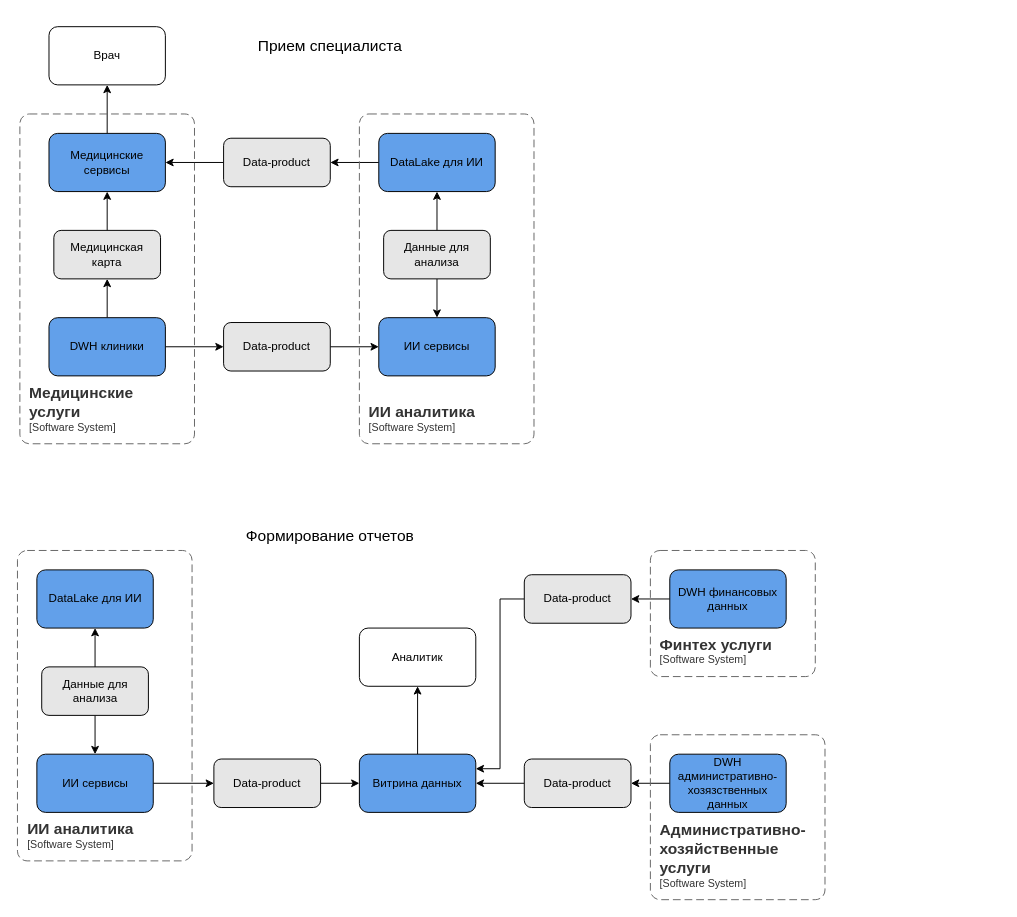
Earlier version of the draw.io diagram Task2/df-future.drawio (mikhel1984/architecture-future_2_0). Source tidied: cells renumbered, new cells numbered last; positions are measured from the earlier drawing's top-left corner, leaving out a move shared by most shapes. Both pictures are drawn from the tidied source at 97%, with x=0, y=0 at pixel (17, 16).
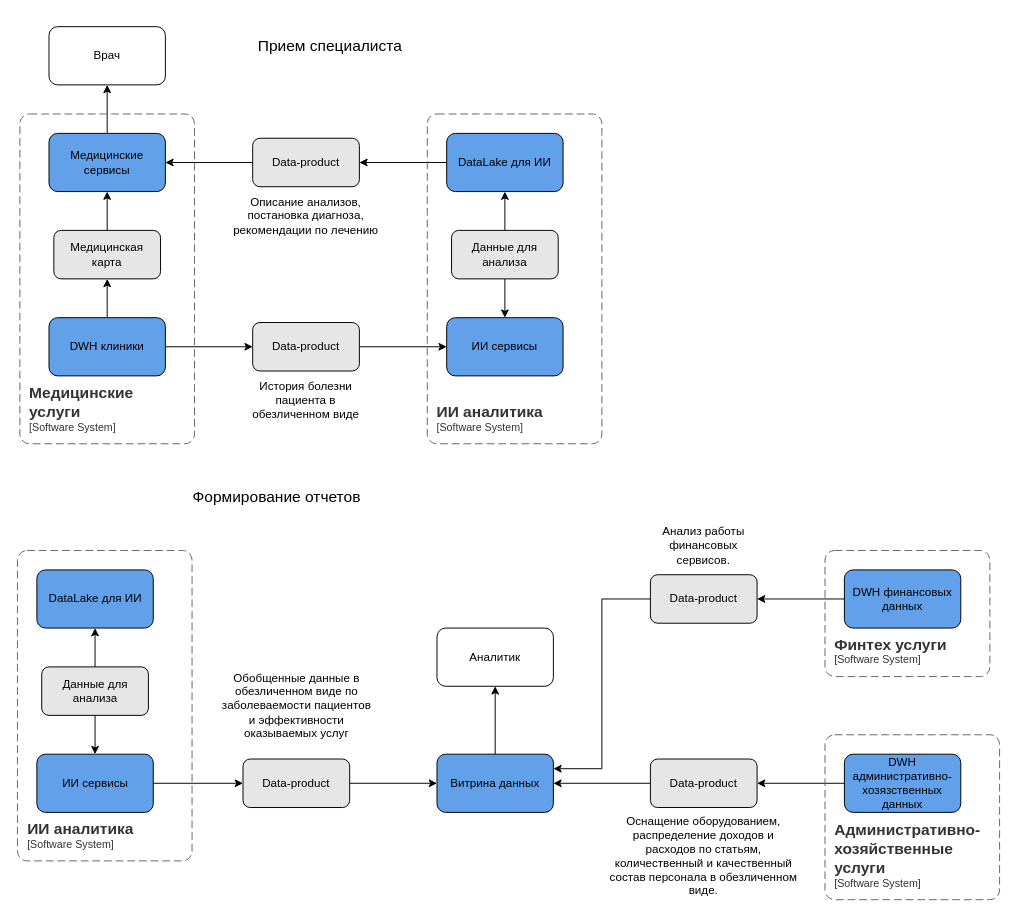
The same page after the edit.

Commit message:
Add data flow content

Diff of the diagram source:
```diff
@@
     <mxCell id="9" value="ИИ сервисы" style="rounded=1;whiteSpace=wrap;html=1;fillColor=light-dark(#62a0ea, #ededed);" parent="1" vertex="1">
-      <mxGeometry x="372" y="310" width="120" height="60" as="geometry" />
+      <mxGeometry x="442" y="310" width="120" height="60" as="geometry" />
     </mxCell>
@@
     <mxCell id="11" value="Data-product" style="rounded=1;whiteSpace=wrap;html=1;fillColor=#E6E6E6;" parent="1" vertex="1">
-      <mxGeometry x="212" y="315" width="110" height="50" as="geometry" />
+      <mxGeometry x="242" y="315" width="110" height="50" as="geometry" />
     </mxCell>
@@
     <mxCell id="13" value="DataLake для ИИ" style="rounded=1;whiteSpace=wrap;html=1;fillColor=light-dark(#62a0ea, #ededed);" parent="1" vertex="1">
-      <mxGeometry x="372" y="120" width="120" height="60" as="geometry" />
+      <mxGeometry x="442" y="120" width="120" height="60" as="geometry" />
     </mxCell>
@@
     <mxCell id="16" value="Данные для анализа" style="rounded=1;whiteSpace=wrap;html=1;fillColor=#E6E6E6;" parent="1" vertex="1">
-      <mxGeometry x="377" y="220" width="110" height="50" as="geometry" />
+      <mxGeometry x="447" y="220" width="110" height="50" as="geometry" />
     </mxCell>
@@
     <mxCell id="18" value="Data-product" style="rounded=1;whiteSpace=wrap;html=1;fillColor=#E6E6E6;" parent="1" vertex="1">
-      <mxGeometry x="212" y="125" width="110" height="50" as="geometry" />
+      <mxGeometry x="242" y="125" width="110" height="50" as="geometry" />
     </mxCell>
@@
     <object id="21" label="&lt;font style=&quot;font-size: 16px&quot;&gt;&lt;b&gt;&lt;div style=&quot;text-align: left&quot;&gt;%c4Name%&lt;/div&gt;&lt;/b&gt;&lt;/font&gt;&lt;div style=&quot;text-align: left&quot;&gt;[%c4Application%]&lt;/div&gt;" c4Application="Software System" c4Name="ИИ аналитика" placeholders="1">
       <mxCell style="rounded=1;fontSize=11;whiteSpace=wrap;html=1;dashed=1;arcSize=20;fillColor=none;strokeColor=#666666;fontColor=#333333;labelBackgroundColor=none;align=left;verticalAlign=bottom;labelBorderColor=none;spacingTop=0;spacing=10;dashPattern=8 4;perimeter=rectanglePerimeter;noLabel=0;labelPadding=0;absoluteArcSize=1;" parent="1" vertex="1">
-        <mxGeometry x="352" y="100" width="180" height="340" as="geometry" />
+        <mxGeometry x="422" y="100" width="180" height="340" as="geometry" />
       </mxCell>
     </object>
@@
     <mxCell id="24" value="DWH административно-хозязственных данных" style="rounded=1;whiteSpace=wrap;html=1;fillColor=light-dark(#62a0ea, #ededed);" parent="1" vertex="1">
-      <mxGeometry x="672" y="760" width="120" height="60" as="geometry" />
+      <mxGeometry x="852" y="760" width="120" height="60" as="geometry" />
     </mxCell>
@@
     <mxCell id="26" value="DWH финансовых данных" style="rounded=1;whiteSpace=wrap;html=1;fillColor=light-dark(#62a0ea, #ededed);" parent="1" vertex="1">
-      <mxGeometry x="672" y="570" width="120" height="60" as="geometry" />
+      <mxGeometry x="852" y="570" width="120" height="60" as="geometry" />
     </mxCell>
@@
     <object id="34" label="&lt;font style=&quot;font-size: 16px&quot;&gt;&lt;b&gt;&lt;div style=&quot;text-align: left&quot;&gt;%c4Name%&lt;/div&gt;&lt;/b&gt;&lt;/font&gt;&lt;div style=&quot;text-align: left&quot;&gt;[%c4Application%]&lt;/div&gt;" c4Application="Software System" c4Name="Финтех услуги" placeholders="1">
       <mxCell style="rounded=1;fontSize=11;whiteSpace=wrap;html=1;dashed=1;arcSize=20;fillColor=none;strokeColor=#666666;fontColor=#333333;labelBackgroundColor=none;align=left;verticalAlign=bottom;labelBorderColor=none;spacingTop=0;spacing=10;dashPattern=8 4;perimeter=rectanglePerimeter;noLabel=0;labelPadding=0;absoluteArcSize=1;" parent="1" vertex="1">
-        <mxGeometry x="652" y="550" width="170" height="130" as="geometry" />
+        <mxGeometry x="832" y="550" width="170" height="130" as="geometry" />
       </mxCell>
     </object>
     <object id="35" label="&lt;font style=&quot;font-size: 16px&quot;&gt;&lt;b&gt;&lt;div style=&quot;text-align: left&quot;&gt;%c4Name%&lt;/div&gt;&lt;/b&gt;&lt;/font&gt;&lt;div style=&quot;text-align: left&quot;&gt;[%c4Application%]&lt;/div&gt;" c4Application="Software System" c4Name="Административно-хозяйственные услуги" placeholders="1">
       <mxCell style="rounded=1;fontSize=11;whiteSpace=wrap;html=1;dashed=1;arcSize=20;fillColor=none;strokeColor=#666666;fontColor=#333333;labelBackgroundColor=none;align=left;verticalAlign=bottom;labelBorderColor=none;spacingTop=0;spacing=10;dashPattern=8 4;perimeter=rectanglePerimeter;noLabel=0;labelPadding=0;absoluteArcSize=1;" parent="1" vertex="1">
-        <mxGeometry x="652" y="740" width="180" height="170" as="geometry" />
+        <mxGeometry x="832" y="740" width="180" height="170" as="geometry" />
       </mxCell>
     </object>
@@
     <mxCell id="37" value="Витрина данных" style="rounded=1;whiteSpace=wrap;html=1;fillColor=light-dark(#62a0ea, #ededed);" parent="1" vertex="1">
-      <mxGeometry x="352" y="760" width="120" height="60" as="geometry" />
+      <mxGeometry x="432" y="760" width="120" height="60" as="geometry" />
     </mxCell>
@@
     <mxCell id="39" value="Data-product" style="rounded=1;whiteSpace=wrap;html=1;fillColor=#E6E6E6;" parent="1" vertex="1">
-      <mxGeometry x="202" y="765" width="110" height="50" as="geometry" />
+      <mxGeometry x="232" y="765" width="110" height="50" as="geometry" />
     </mxCell>
@@
     <mxCell id="41" value="Data-product" style="rounded=1;whiteSpace=wrap;html=1;fillColor=#E6E6E6;" parent="1" vertex="1">
-      <mxGeometry x="522" y="765" width="110" height="50" as="geometry" />
+      <mxGeometry x="652" y="765" width="110" height="50" as="geometry" />
     </mxCell>
@@
     <mxCell id="43" value="Data-product" style="rounded=1;whiteSpace=wrap;html=1;fillColor=#E6E6E6;" parent="1" vertex="1">
-      <mxGeometry x="522" y="575" width="110" height="50" as="geometry" />
+      <mxGeometry x="652" y="575" width="110" height="50" as="geometry" />
     </mxCell>
     <mxCell id="44" value="Аналитик" style="rounded=1;whiteSpace=wrap;html=1;" parent="1" vertex="1">
-      <mxGeometry x="352" y="630" width="120" height="60" as="geometry" />
+      <mxGeometry x="432" y="630" width="120" height="60" as="geometry" />
     </mxCell>
     <mxCell id="45" value="&lt;font style=&quot;font-size: 16px;&quot;&gt;Формирование отчетов&lt;/font&gt;" style="text;html=1;whiteSpace=wrap;strokeColor=none;fillColor=none;align=center;verticalAlign=middle;rounded=0;" parent="1" vertex="1">
-      <mxGeometry x="227" y="520" width="190" height="30" as="geometry" />
+      <mxGeometry x="172" y="480" width="190" height="30" as="geometry" />
     </mxCell>
+    <mxCell id="46" value="История болезни пациента в обезличенном виде" style="text;html=1;whiteSpace=wrap;strokeColor=none;fillColor=none;align=center;verticalAlign=middle;rounded=0;" parent="1" vertex="1">
+      <mxGeometry x="232" y="380" width="130" height="30" as="geometry" />
+    </mxCell>
+    <mxCell id="47" value="Описание анализов, постановка диагноза, рекомендации по лечению" style="text;html=1;whiteSpace=wrap;strokeColor=none;fillColor=none;align=center;verticalAlign=middle;rounded=0;" parent="1" vertex="1">
+      <mxGeometry x="217" y="190" width="160" height="30" as="geometry" />
+    </mxCell>
+    <mxCell id="48" value="Оснащение оборудованием, распределение доходов и расходов по статьям, количественный и качественный состав персонала в обезличенном виде." style="text;html=1;whiteSpace=wrap;strokeColor=none;fillColor=none;align=center;verticalAlign=middle;rounded=0;" parent="1" vertex="1">
+      <mxGeometry x="607" y="830" width="200" height="70" as="geometry" />
+    </mxCell>
+    <mxCell id="49" value="Анализ работы финансовых сервисов." style="text;html=1;whiteSpace=wrap;strokeColor=none;fillColor=none;align=center;verticalAlign=middle;rounded=0;" parent="1" vertex="1">
+      <mxGeometry x="652" y="530" width="110" height="30" as="geometry" />
+    </mxCell>
+    <mxCell id="50" value="Обобщенные данные в обезличенном виде по заболеваемости пациентов и эффективности оказываемых услуг" style="text;html=1;whiteSpace=wrap;strokeColor=none;fillColor=none;align=center;verticalAlign=middle;rounded=0;" parent="1" vertex="1">
+      <mxGeometry x="204.5" y="680" width="165" height="60" as="geometry" />
+    </mxCell>
```
